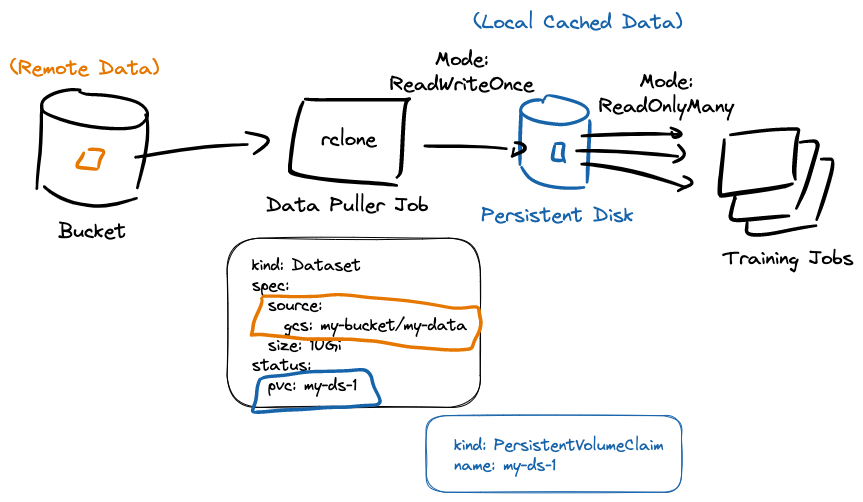
Before: docs/datasets.excalidraw.png, a diagram exported from Excalidraw (substratusai/runbooks). Source tidied: one line per element, renumbered; positions are measured from the earlier drawing's top-left corner, leaving out a move shared by most shapes.
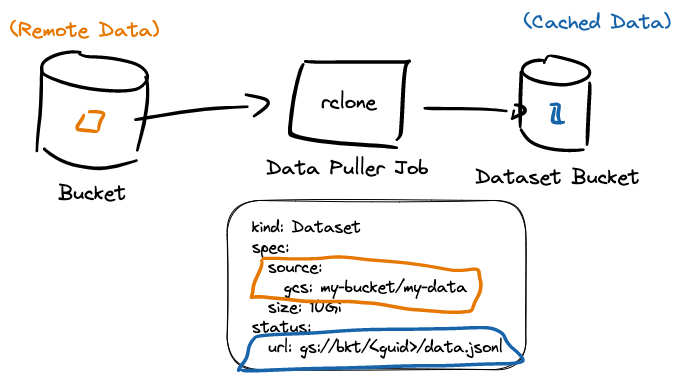
Above is the later version.

What changed in the source:
```diff
@@ -1,5 +1,5 @@
-{"id": 0, "type": "rectangle", "strokeColor": "#000000", "strokeWidth": 1, "roughness": 1, "round": true, "x": 217, "y": 228, "width": 253, "height": 169}
+{"id": 0, "type": "rectangle", "strokeColor": "#000000", "strokeWidth": 1, "roughness": 1, "round": true, "x": 217, "y": 228, "width": 299, "height": 169}
-{"id": 1, "type": "text", "text": "kind: Dataset\nspec:\n  source:\n    gcs: my-bucket/my-data\n  size: 10Gi\nstatus:\n  pvc: my-ds-1", "strokeColor": "#000000", "strokeWidth": 1, "roughness": 1, "fontSize": 16, "fontFamily": 1, "x": 242, "y": 246, "width": 215, "height": 140}
+{"id": 1, "type": "text", "text": "kind: Dataset\nspec:\n  source:\n    gcs: my-bucket/my-data\n  size: 10Gi\nstatus:\n  url: gs://bkt/<guid>/data.jsonl", "strokeColor": "#000000", "strokeWidth": 1, "roughness": 1, "fontSize": 16, "fontFamily": 1, "x": 242, "y": 246, "width": 251, "height": 140}
 {"id": 2, "type": "freedraw", "strokeColor": "#000000", "strokeWidth": 1, "roughness": 1, "x": 70, "y": 80, "width": 112, "height": 41, "points": [[0, 0], [0, 0], [-8, 0], [-13, 0], [-24, 2], [-31, 4], [-39, 10], [-42, 15], [-40, 23], [-35, 26], [-7, 35], [13, 39], [36, 41], [54, 40], [61, 37], [65, 35], [70, 26], [70, 22], [66, 17], [60, 12], [49, 8], [27, 4], [18, 4], [9, 4], [-3, 4], [-7, 4], [0, 0]]}
 {"id": 3, "type": "freedraw", "strokeColor": "#000000", "strokeWidth": 1, "roughness": 1, "x": 32, "y": 96, "width": 6, "height": 87, "points": [[0, 0], [0, 1], [0, 1], [-1, 12], [-1, 17], [-1, 43], [-2, 51], [-3, 63], [-5, 74], [-5, 87], [-5, 87]]}
 {"id": 4, "type": "freedraw", "strokeColor": "#000000", "strokeWidth": 1, "roughness": 1, "x": 135, "y": 105, "width": 11, "height": 76, "points": [[0, 0], [0, -1], [0, -1], [3, 3], [3, 6], [3, 18], [2, 34], [-2, 53], [-5, 61], [-8, 73], [-9, 75], [-9, 75]]}
@@ -9,37 +9,20 @@
 {"id": 8, "type": "text", "text": "Bucket", "strokeColor": "#000000", "strokeWidth": 1, "roughness": 1, "fontSize": 20, "fontFamily": 1, "x": 48, "y": 209, "width": 68, "height": 25}
 {"id": 9, "type": "freedraw", "strokeColor": "#000000", "strokeWidth": 1, "roughness": 1, "x": 293, "y": 92, "width": 108, "height": 84, "points": [[0, 0], [-1, 0], [0, 0], [-1, 1], [-3, 6], [-4, 9], [-6, 17], [-9, 28], [-11, 41], [-12, 50], [-13, 59], [-13, 62], [-13, 65], [-13, 67], [-13, 68], [-13, 69], [-13, 69], [-13, 69], [-13, 70], [-13, 71], [-10, 72], [0, 74], [17, 77], [38, 80], [66, 81], [85, 82], [90, 82], [94, 83], [95, 84], [95, 84]]}
 {"id": 10, "type": "freedraw", "strokeColor": "#000000", "strokeWidth": 1, "roughness": 1, "x": 295, "y": 89, "width": 104, "height": 80, "points": [[0, 0], [0, 1], [0, 1], [10, 1], [18, 1], [42, 1], [66, 1], [76, 1], [82, 1], [88, 1], [95, 1], [102, 1], [104, 0], [104, 0], [104, 0], [104, 0], [104, 0], [103, 0], [102, 1], [101, 1], [100, 4], [99, 9], [98, 26], [97, 55], [96, 69], [95, 77], [95, 80], [92, 80], [91, 79], [91, 79]]}
-{"id": 11, "type": "freedraw", "strokeColor": "#1864ab", "strokeWidth": 1, "roughness": 1, "x": 533, "y": 92, "width": 71, "height": 31, "points": [[0, 0], [0, 0], [0, 0], [0, -1], [0, -1], [0, -1], [0, -1], [0, -1], [0, -2], [0, -2], [0, -2], [0, -2], [-2, -3], [-5, -3], [-11, -2], [-16, -1], [-19, 2], [-21, 3], [-24, 8], [-23, 13], [-11, 19], [5, 23], [23, 23], [29, 23], [42, 18], [46, 14], [47, 12], [47, 9], [45, 4], [38, 0], [31, -2], [22, -4], [9, -7], [5, -8], [-1, -8], [0, 0]]}
+{"id": 11, "type": "freedraw", "strokeColor": "#000000", "strokeWidth": 1, "roughness": 1, "x": 534, "y": 90, "width": 71, "height": 31, "points": [[0, 0], [0, 0], [0, 0], [0, -1], [0, -1], [0, -1], [0, -1], [0, -1], [0, -2], [0, -2], [0, -2], [0, -2], [-2, -3], [-5, -3], [-11, -2], [-16, -1], [-19, 2], [-21, 3], [-24, 8], [-23, 13], [-11, 19], [5, 23], [23, 23], [29, 23], [42, 18], [46, 14], [47, 12], [47, 9], [45, 4], [38, 0], [31, -2], [22, -4], [9, -7], [5, -8], [-1, -8], [0, 0]]}
-{"id": 12, "type": "freedraw", "strokeColor": "#1864ab", "strokeWidth": 1, "roughness": 1, "x": 511, "y": 100, "width": 1, "height": 56, "points": [[0, 0], [0, 0], [0, 0], [0, 2], [0, 8], [0, 14], [-1, 28], [-1, 32], [-1, 41], [-1, 49], [-1, 53], [-1, 56], [-1, 56]]}
+{"id": 12, "type": "freedraw", "strokeColor": "#000000", "strokeWidth": 1, "roughness": 1, "x": 511, "y": 100, "width": 1, "height": 56, "points": [[0, 0], [0, 0], [0, 0], [0, 2], [0, 8], [0, 14], [-1, 28], [-1, 32], [-1, 41], [-1, 49], [-1, 53], [-1, 56], [-1, 56]]}
-{"id": 13, "type": "freedraw", "strokeColor": "#1864ab", "strokeWidth": 1, "roughness": 1, "x": 580, "y": 110, "width": 3, "height": 65, "points": [[0, 0], [0, 0], [0, -1], [0, -1], [1, -1], [1, -1], [1, 4], [0, 10], [-1, 25], [-1, 37], [-2, 48], [-2, 52], [-2, 61], [-3, 64], [-3, 64]]}
+{"id": 13, "type": "freedraw", "strokeColor": "#000000", "strokeWidth": 1, "roughness": 1, "x": 580, "y": 110, "width": 3, "height": 65, "points": [[0, 0], [0, 0], [0, -1], [0, -1], [1, -1], [1, -1], [1, 4], [0, 10], [-1, 25], [-1, 37], [-2, 48], [-2, 52], [-2, 61], [-3, 64], [-3, 64]]}
-{"id": 14, "type": "freedraw", "strokeColor": "#1864ab", "strokeWidth": 1, "roughness": 1, "x": 512, "y": 157, "width": 63, "height": 21, "points": [[0, 0], [0, 0], [0, 0], [4, 6], [8, 12], [13, 15], [23, 19], [36, 21], [45, 21], [53, 21], [60, 21], [63, 20], [63, 20], [63, 20]]}
+{"id": 14, "type": "freedraw", "strokeColor": "#000000", "strokeWidth": 1, "roughness": 1, "x": 511, "y": 157, "width": 63, "height": 21, "points": [[0, 0], [0, 0], [0, 0], [4, 6], [8, 12], [13, 15], [23, 19], [36, 21], [45, 21], [53, 21], [60, 21], [63, 20], [63, 20], [63, 20]]}
 {"id": 15, "type": "freedraw", "strokeColor": "#000000", "strokeWidth": 1, "roughness": 1, "x": 126, "y": 147, "width": 119, "height": 13, "points": [[0, 0], [1, 0], [5, -1], [17, -3], [50, -8], [76, -12], [98, -13], [119, -13], [119, -13]]}
 {"id": 16, "type": "freedraw", "strokeColor": "#000000", "strokeWidth": 1, "roughness": 1, "x": 236, "y": 122, "width": 23, "height": 22, "points": [[0, 0], [0, 1], [0, 1], [8, 2], [13, 2], [21, 4], [22, 6], [23, 6], [23, 8], [23, 9], [21, 12], [17, 16], [8, 22], [7, 22], [7, 22]]}
 {"id": 17, "type": "freedraw", "strokeColor": "#000000", "strokeWidth": 1, "roughness": 1, "x": 414, "y": 136, "width": 87, "height": 3, "points": [[1, 0], [-1, 1], [-1, 0], [6, 0], [21, 0], [36, 0], [60, 0], [81, 2], [86, 3], [86, 3]]}
 {"id": 18, "type": "freedraw", "strokeColor": "#000000", "strokeWidth": 1, "roughness": 1, "x": 505, "y": 133, "width": 15, "height": 15, "points": [[0, 0], [0, 0], [0, 0], [2, 0], [6, 0], [8, 2], [11, 4], [11, 6], [10, 8], [8, 9], [7, 10], [1, 12], [-1, 12], [-4, 14], [-4, 14], [0, 0]]}
 {"id": 19, "type": "freedraw", "strokeColor": "#1864ab", "strokeWidth": 1, "roughness": 1, "x": 545, "y": 136, "width": 12, "height": 15, "points": [[0, 0], [1, 0], [1, 0], [0, 6], [-2, 11], [-2, 13], [-2, 14], [-2, 15], [0, 15], [5, 15], [9, 15], [9, 14], [9, 14], [9, 14]]}
-{"id": 20, "type": "freedraw", "strokeColor": "#1864ab", "strokeWidth": 1, "roughness": 1, "x": 546, "y": 134, "width": 10, "height": 19, "points": [[0, 0], [0, 0], [7, -1], [8, -1], [9, -1], [9, 0], [9, 1], [8, 3], [7, 9], [7, 11], [7, 15], [9, 18], [10, 19], [10, 19]]}
+{"id": 20, "type": "freedraw", "strokeColor": "#1864ab", "strokeWidth": 1, "roughness": 1, "x": 541, "y": 132, "width": 10, "height": 19, "points": [[0, 0], [0, 0], [7, -1], [8, -1], [9, -1], [9, 0], [9, 1], [8, 3], [7, 9], [7, 11], [7, 15], [9, 18], [10, 19], [10, 19]]}
-{"id": 21, "type": "text", "text": "Persistent Disk", "strokeColor": "#1864ab", "strokeWidth": 1, "roughness": 1, "fontSize": 20, "fontFamily": 1, "textAlign": "center", "x": 471, "y": 193, "width": 152, "height": 25}
+{"id": 21, "type": "text", "text": "Dataset Bucket", "strokeColor": "#000000", "strokeWidth": 1, "roughness": 1, "fontSize": 20, "fontFamily": 1, "textAlign": "center", "x": 465, "y": 193, "width": 165, "height": 25}
-{"id": 22, "type": "text", "text": "Mode:\nReadWriteOnce", "strokeColor": "#000000", "strokeWidth": 1, "roughness": 1, "fontSize": 20, "fontFamily": 1, "textAlign": "center", "x": 380, "y": 37, "width": 144, "height": 50}
 {"id": 23, "type": "text", "text": "Data Puller Job", "strokeColor": "#000000", "strokeWidth": 1, "roughness": 1, "fontSize": 20, "fontFamily": 1, "textAlign": "center", "x": 256, "y": 183, "width": 162, "height": 25}
 {"id": 24, "type": "text", "text": "rclone", "strokeColor": "#000000", "strokeWidth": 1, "roughness": 1, "fontSize": 20, "fontFamily": 1, "textAlign": "center", "x": 311, "y": 117, "width": 55, "height": 25}
-{"id": 25, "type": "rectangle", "strokeColor": "#1864ab", "strokeWidth": 1, "roughness": 1, "round": true, "x": 416, "y": 406, "width": 255, "height": 77}
-{"id": 26, "type": "text", "text": "kind: PersistentVolumeClaim\nname: my-ds-1", "strokeColor": "#1864ab", "strokeWidth": 1, "roughness": 1, "fontSize": 16, "fontFamily": 1, "x": 444, "y": 426, "width": 209, "height": 40}
-{"id": 27, "type": "freedraw", "strokeColor": "#000000", "strokeWidth": 1, "roughness": 1, "x": 714, "y": 130, "width": 74, "height": 56, "points": [[0, 0], [0, 6], [-1, 12], [-2, 23], [-3, 30], [-4, 38], [-4, 43], [-4, 46], [-5, 50], [-5, 54], [-5, 56], [-4, 56], [-3, 56], [0, 56], [5, 55], [28, 51], [35, 51], [48, 49], [57, 47], [65, 46], [68, 45], [69, 43], [69, 43]]}
-{"id": 28, "type": "freedraw", "strokeColor": "#000000", "strokeWidth": 1, "roughness": 1, "x": 720, "y": 125, "width": 69, "height": 51, "points": [[0, 0], [6, -1], [15, -2], [22, -3], [35, -5], [43, -5], [53, -6], [61, -6], [65, -6], [68, -6], [69, -6], [69, -6], [69, -5], [67, -2], [65, 9], [64, 30], [63, 40], [63, 43], [64, 45], [65, 45], [65, 45]]}
-{"id": 29, "type": "freedraw", "strokeColor": "#000000", "strokeWidth": 1, "roughness": 1, "x": 726, "y": 189, "width": 60, "height": 24, "points": [[0, 0], [0, 0], [0, 0], [0, 0], [-1, -1], [-1, -1], [-1, -1], [-1, -1], [-1, -1], [-1, -1], [-1, -1], [-1, -1], [-1, -1], [-1, -1], [-2, 3], [-4, 10], [-4, 12], [-6, 19], [-6, 21], [-4, 22], [3, 22], [17, 21], [32, 19], [37, 18], [48, 17], [50, 17], [52, 17], [54, 17], [54, 17]]}
-{"id": 30, "type": "freedraw", "strokeColor": "#000000", "strokeWidth": 1, "roughness": 1, "x": 790, "y": 132, "width": 22, "height": 69, "points": [[0, 0], [4, -1], [7, -1], [12, -1], [14, -1], [14, -1], [16, -1], [17, -1], [18, 0], [18, 1], [18, 3], [18, 5], [15, 15], [11, 27], [7, 40], [6, 44], [1, 57], [-4, 67], [-4, 68], [-4, 68]]}
-{"id": 31, "type": "freedraw", "strokeColor": "#000000", "strokeWidth": 1, "roughness": 1, "x": 737, "y": 212, "width": 73, "height": 13, "points": [[0, 0], [1, 0], [1, 0], [-1, 7], [-1, 10], [-1, 12], [3, 13], [10, 13], [22, 12], [36, 10], [56, 5], [66, 3], [72, 3], [72, 3]]}
-{"id": 32, "type": "freedraw", "strokeColor": "#000000", "strokeWidth": 1, "roughness": 1, "x": 811, "y": 149, "width": 17, "height": 62, "points": [[0, 0], [0, 0], [5, 0], [9, 0], [10, 0], [11, 0], [11, 0], [11, 1], [11, 2], [11, 8], [10, 14], [6, 30], [1, 43], [-2, 54], [-4, 60], [-5, 62], [-5, 62]]}
-{"id": 33, "type": "text", "text": "Training Jobs", "strokeColor": "#000000", "strokeWidth": 1, "roughness": 1, "fontSize": 20, "fontFamily": 1, "x": 713, "y": 236, "width": 130, "height": 25}
-{"id": 34, "type": "freedraw", "strokeColor": "#000000", "strokeWidth": 1, "roughness": 1, "x": 567, "y": 141, "width": 105, "height": 6, "points": [[0, 0], [-1, 0], [0, 0], [0, 0], [2, 0], [10, 0], [26, 0], [58, 1], [77, 3], [85, 4], [95, 5], [104, 6], [104, 6]]}
-{"id": 35, "type": "freedraw", "strokeColor": "#000000", "strokeWidth": 1, "roughness": 1, "x": 669, "y": 135, "width": 14, "height": 18, "points": [[0, 0], [0, 0], [0, 0], [5, 3], [8, 9], [8, 11], [4, 14], [0, 16], [-5, 17], [-6, 18], [-6, 18]]}
-{"id": 36, "type": "freedraw", "strokeColor": "#000000", "strokeWidth": 1, "roughness": 1, "x": 572, "y": 126, "width": 100, "height": 2, "points": [[0, 0], [0, 0], [1, 0], [10, -1], [28, -2], [58, -2], [67, -2], [86, -2], [100, -2], [100, -2]]}
-{"id": 37, "type": "freedraw", "strokeColor": "#000000", "strokeWidth": 1, "roughness": 1, "x": 661, "y": 118, "width": 12, "height": 10, "points": [[0, 0], [0, 0], [0, 0], [6, 2], [9, 4], [12, 6], [12, 7], [10, 9], [6, 9], [5, 10], [2, 10], [1, 10], [0, 0]]}
-{"id": 38, "type": "freedraw", "strokeColor": "#000000", "strokeWidth": 1, "roughness": 1, "x": 572, "y": 154, "width": 110, "height": 25, "points": [[0, 0], [-1, 0], [-1, 0], [2, 0], [8, 0], [24, 2], [58, 8], [76, 13], [96, 20], [109, 25], [109, 25]]}
-{"id": 39, "type": "freedraw", "strokeColor": "#000000", "strokeWidth": 1, "roughness": 1, "x": 674, "y": 166, "width": 15, "height": 15, "points": [[0, 0], [0, 0], [0, 0], [7, 3], [8, 4], [9, 6], [9, 8], [6, 9], [3, 10], [-4, 12], [-6, 14], [-6, 15], [-6, 15]]}
-{"id": 40, "type": "text", "text": "Mode:\nReadOnlyMany", "strokeColor": "#000000", "strokeWidth": 1, "roughness": 1, "fontSize": 20, "fontFamily": 1, "textAlign": "center", "x": 589, "y": 59, "width": 135, "height": 50}
 {"id": 41, "type": "text", "text": "(Remote Data)", "strokeColor": "#e67700", "strokeWidth": 1, "roughness": 1, "fontSize": 20, "fontFamily": 1, "x": 0, "y": 46, "width": 149, "height": 25}
-{"id": 42, "type": "text", "text": "(Local Cached Data)", "strokeColor": "#1864ab", "strokeWidth": 1, "roughness": 1, "fontSize": 20, "fontFamily": 1, "x": 463, "y": 0, "width": 209, "height": 25}
+{"id": 42, "type": "text", "text": "(Cached Data)", "strokeColor": "#1864ab", "strokeWidth": 1, "roughness": 1, "fontSize": 20, "fontFamily": 1, "x": 514, "y": 38, "width": 147, "height": 25}
 {"id": 43, "type": "freedraw", "strokeColor": "#e67700", "strokeWidth": 1, "roughness": 1, "x": 252, "y": 290, "width": 230, "height": 55, "points": [[0, 0], [-2, 7], [-9, 23], [-10, 33], [-9, 35], [8, 35], [30, 37], [49, 39], [65, 39], [91, 39], [117, 41], [147, 47], [170, 49], [193, 50], [210, 48], [216, 34], [218, 17], [216, 7], [197, 8], [158, 2], [125, -1], [86, -5], [57, -4], [20, -4], [0, 0]]}
-{"id": 44, "type": "freedraw", "strokeColor": "#1864ab", "strokeWidth": 1, "roughness": 1, "x": 250, "y": 370, "width": 128, "height": 43, "points": [[0, 0], [0, -1], [-1, 1], [-3, 14], [-5, 25], [-6, 28], [-7, 30], [-5, 32], [8, 32], [25, 30], [44, 29], [69, 27], [87, 27], [96, 26], [111, 25], [117, 25], [121, 23], [118, 13], [114, 5], [112, -4], [105, -10], [95, -10], [82, -9], [61, -9], [41, -8], [27, -5], [5, -3], [0, 0]]}
+{"id": 44, "type": "freedraw", "strokeColor": "#1864ab", "strokeWidth": 1, "roughness": 1, "x": 236, "y": 366, "width": 285, "height": 43, "points": [[9, 0], [10, -1], [8, 1], [2, 15], [-3, 26], [-5, 28], [-6, 30], [-3, 33], [26, 32], [64, 31], [106, 30], [162, 28], [203, 28], [223, 27], [256, 26], [269, 25], [277, 24], [271, 13], [262, 5], [258, -4], [243, -10], [220, -10], [192, -9], [145, -9], [101, -7], [68, -5], [19, -3], [9, 0]]}
```
